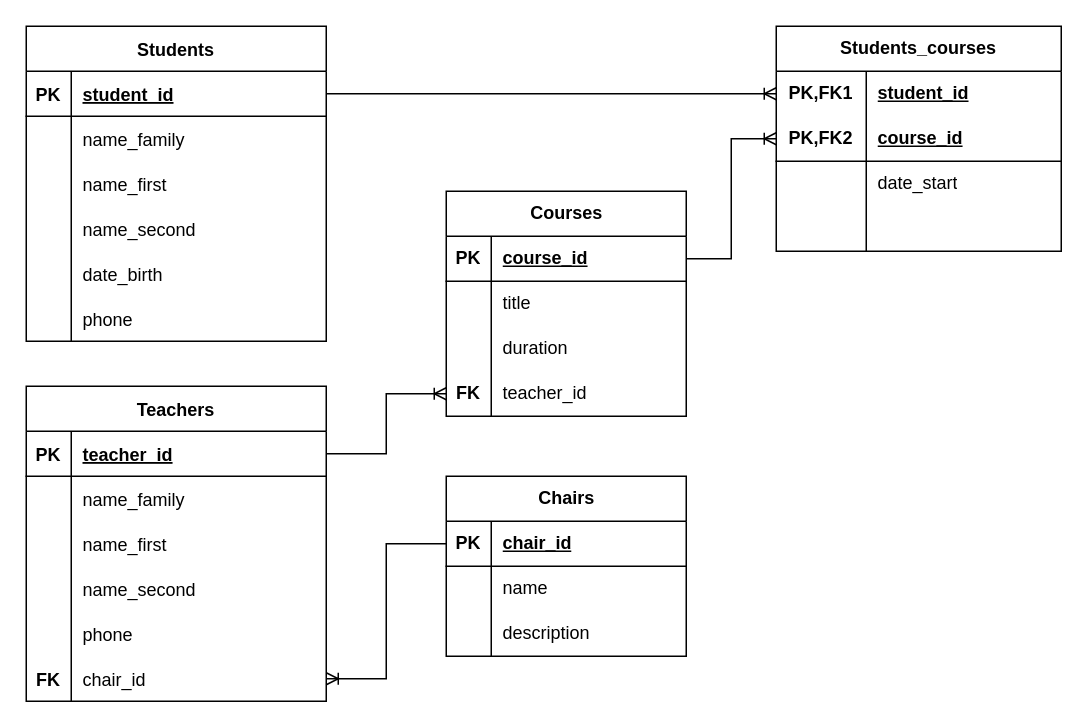
Earlier version of the draw.io diagram page "Task 1" (1 of 3) of draw_io/14_8_practice_DataBase.drawio (MDS-007-52/Draw_io_diagrams). Source tidied: cells renumbered, new cells numbered last; positions are measured from the earlier drawing's top-left corner, leaving out a move shared by most shapes. Both pictures are drawn from the tidied source at 150%, with x=0, y=0 at pixel (26, 26).
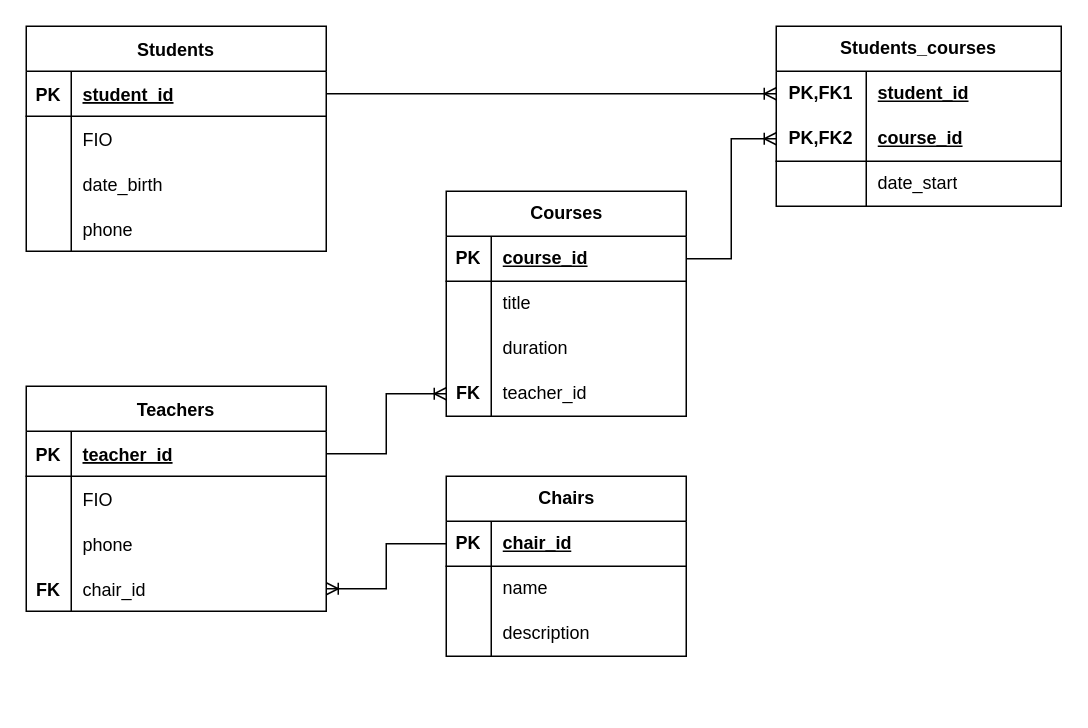
The same diagram, later.

The change refers to these unchanged cells:
```xml
<mxCell id="6" style="shape=partialRectangle;fillColor=none;top=0;left=0;right=0;bottom=0;" parent="2" vertex="1">
  <mxGeometry y="60" width="200" height="30" as="geometry" />
</mxCell>
<mxCell id="25" style="shape=partialRectangle;fillColor=none;top=0;left=0;right=0;bottom=0;" parent="21" vertex="1">
  <mxGeometry y="60" width="200" height="30" as="geometry" />
</mxCell>
```

Diff of the diagram source:
```diff
@@
     <mxCell id="2" value="Students" style="shape=table;startSize=30;childLayout=tableLayout;rowLines=0;fontStyle=1;align=center;" parent="1" vertex="1">
-      <mxGeometry width="200" height="210" as="geometry" />
+      <mxGeometry width="200" height="150" as="geometry" />
     </mxCell>
@@
-    <mxCell id="8" value="name_family" style="shape=partialRectangle;overflow=hidden;fillColor=none;top=0;left=0;bottom=0;right=0;align=left;spacingLeft=6;" parent="6" vertex="1">
+    <mxCell id="8" value="FIO" style="shape=partialRectangle;overflow=hidden;fillColor=none;top=0;left=0;bottom=0;right=0;align=left;spacingLeft=6;" parent="6" vertex="1">
       <mxGeometry x="30" width="170" height="30" as="geometry" />
     </mxCell>
-    <mxCell id="9" style="shape=tableRow;horizontal=0;startSize=0;swimlaneHead=0;swimlaneBody=0;fillColor=none;top=0;left=0;right=0;bottom=0;" parent="2" vertex="1">
-      <mxGeometry y="90" width="200" height="30" as="geometry" />
-    </mxCell>
-    <mxCell id="10" style="shape=partialRectangle;fillColor=none;top=0;left=0;bottom=0;right=0;overflow=hidden;" parent="9" vertex="1">
-      <mxGeometry width="30" height="30" as="geometry" />
-    </mxCell>
-    <mxCell id="11" value="name_first" style="shape=partialRectangle;fillColor=none;top=0;left=0;bottom=0;right=0;align=left;spacingLeft=6;overflow=hidden;" parent="9" vertex="1">
-      <mxGeometry x="30" width="170" height="30" as="geometry" />
-    </mxCell>
-    <mxCell id="12" style="shape=tableRow;horizontal=0;startSize=0;swimlaneHead=0;swimlaneBody=0;fillColor=none;top=0;left=0;right=0;bottom=0;" parent="2" vertex="1">
-      <mxGeometry y="120" width="200" height="30" as="geometry" />
-    </mxCell>
-    <mxCell id="13" style="shape=partialRectangle;fillColor=none;top=0;left=0;bottom=0;right=0;overflow=hidden;" parent="12" vertex="1">
-      <mxGeometry width="30" height="30" as="geometry" />
-    </mxCell>
-    <mxCell id="14" value="name_second" style="shape=partialRectangle;fillColor=none;top=0;left=0;bottom=0;right=0;align=left;spacingLeft=6;overflow=hidden;" parent="12" vertex="1">
-      <mxGeometry x="30" width="170" height="30" as="geometry" />
-    </mxCell>
     <mxCell id="15" style="shape=tableRow;horizontal=0;startSize=0;swimlaneHead=0;swimlaneBody=0;fillColor=none;top=0;left=0;right=0;bottom=0;" parent="2" vertex="1">
-      <mxGeometry y="150" width="200" height="30" as="geometry" />
+      <mxGeometry y="90" width="200" height="30" as="geometry" />
     </mxCell>
@@
     <mxCell id="18" style="shape=tableRow;horizontal=0;startSize=0;swimlaneHead=0;swimlaneBody=0;fillColor=none;top=0;left=0;right=0;bottom=0;" parent="2" vertex="1">
-      <mxGeometry y="180" width="200" height="30" as="geometry" />
+      <mxGeometry y="120" width="200" height="30" as="geometry" />
     </mxCell>
@@
     <mxCell id="21" value="Teachers" style="shape=table;startSize=30;childLayout=tableLayout;rowLines=0;fontStyle=1;align=center;" parent="1" vertex="1">
-      <mxGeometry y="240" width="200" height="210" as="geometry" />
+      <mxGeometry y="240" width="200" height="150" as="geometry" />
     </mxCell>
@@
-    <mxCell id="27" value="name_family" style="shape=partialRectangle;overflow=hidden;fillColor=none;top=0;left=0;bottom=0;right=0;align=left;spacingLeft=6;" parent="25" vertex="1">
+    <mxCell id="27" value="FIO" style="shape=partialRectangle;overflow=hidden;fillColor=none;top=0;left=0;bottom=0;right=0;align=left;spacingLeft=6;" parent="25" vertex="1">
       <mxGeometry x="30" width="170" height="30" as="geometry" />
     </mxCell>
-    <mxCell id="28" style="shape=tableRow;horizontal=0;startSize=0;swimlaneHead=0;swimlaneBody=0;fillColor=none;top=0;left=0;right=0;bottom=0;" parent="21" vertex="1">
-      <mxGeometry y="90" width="200" height="30" as="geometry" />
-    </mxCell>
-    <mxCell id="29" style="shape=partialRectangle;fillColor=none;top=0;left=0;bottom=0;right=0;overflow=hidden;" parent="28" vertex="1">
-      <mxGeometry width="30" height="30" as="geometry" />
-    </mxCell>
-    <mxCell id="30" value="name_first" style="shape=partialRectangle;fillColor=none;top=0;left=0;bottom=0;right=0;align=left;spacingLeft=6;overflow=hidden;" parent="28" vertex="1">
-      <mxGeometry x="30" width="170" height="30" as="geometry" />
-    </mxCell>
-    <mxCell id="31" style="shape=tableRow;horizontal=0;startSize=0;swimlaneHead=0;swimlaneBody=0;fillColor=none;top=0;left=0;right=0;bottom=0;" parent="21" vertex="1">
-      <mxGeometry y="120" width="200" height="30" as="geometry" />
-    </mxCell>
-    <mxCell id="32" style="shape=partialRectangle;fillColor=none;top=0;left=0;bottom=0;right=0;overflow=hidden;" parent="31" vertex="1">
-      <mxGeometry width="30" height="30" as="geometry" />
-    </mxCell>
-    <mxCell id="33" value="name_second" style="shape=partialRectangle;fillColor=none;top=0;left=0;bottom=0;right=0;align=left;spacingLeft=6;overflow=hidden;" parent="31" vertex="1">
-      <mxGeometry x="30" width="170" height="30" as="geometry" />
-    </mxCell>
     <mxCell id="34" style="shape=tableRow;horizontal=0;startSize=0;swimlaneHead=0;swimlaneBody=0;fillColor=none;top=0;left=0;right=0;bottom=0;" parent="21" vertex="1">
-      <mxGeometry y="150" width="200" height="30" as="geometry" />
+      <mxGeometry y="90" width="200" height="30" as="geometry" />
     </mxCell>
@@
     <mxCell id="37" style="shape=tableRow;horizontal=0;startSize=0;swimlaneHead=0;swimlaneBody=0;fillColor=none;points=[[0,0.5],[1,0.5]];portConstraint=eastwest;top=0;left=0;right=0;bottom=0;" parent="21" vertex="1">
-      <mxGeometry y="180" width="200" height="30" as="geometry" />
+      <mxGeometry y="120" width="200" height="30" as="geometry" />
     </mxCell>
@@
     <mxCell id="65" value="&lt;div&gt;Students_courses&lt;/div&gt;" style="shape=table;startSize=30;childLayout=tableLayout;rowLines=0;fontStyle=1;align=center;html=1;whiteSpace=wrap;" parent="1" vertex="1">
-      <mxGeometry x="500" width="190" height="150" as="geometry" />
+      <mxGeometry x="500" width="190" height="120" as="geometry" />
     </mxCell>
@@
-    <mxCell id="75" style="shape=tableRow;horizontal=0;startSize=0;swimlaneHead=0;swimlaneBody=0;fillColor=none;top=0;left=0;right=0;bottom=0;html=1;" parent="65" vertex="1">
-      <mxGeometry y="120" width="190" height="30" as="geometry" />
-    </mxCell>
-    <mxCell id="76" style="shape=partialRectangle;fillColor=none;top=0;left=0;bottom=0;right=0;overflow=hidden;html=1;whiteSpace=wrap;" parent="75" vertex="1">
-      <mxGeometry width="60" height="30" as="geometry" />
-    </mxCell>
-    <mxCell id="77" style="shape=partialRectangle;fillColor=none;top=0;left=0;bottom=0;right=0;align=left;spacingLeft=6;overflow=hidden;html=1;whiteSpace=wrap;" parent="75" vertex="1">
-      <mxGeometry x="60" width="130" height="30" as="geometry" />
-    </mxCell>
```
